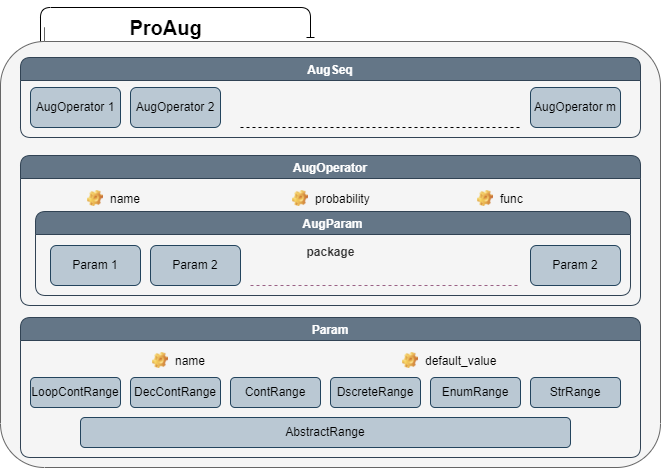
Earlier version of the draw.io export Untitled Diagram.drawio.png (priyam314/ProAug). Source tidied: cells renumbered, new cells last; positions are measured from the earlier drawing's top-left corner, leaving out a move shared by most shapes. Source of this version:
```xml
<mxGraphModel>
  <root>
    <mxCell id="0" />
    <mxCell id="1" parent="0" />
    <mxCell id="2" style="edgeStyle=orthogonalEdgeStyle;rounded=1;jettySize=auto;html=1;exitX=0;exitY=0;exitDx=40;exitDy=14;exitPerimeter=0;strokeColor=default;endArrow=baseDash;endFill=0;" parent="1" edge="1" source="3">
      <mxGeometry relative="1" as="geometry">
        <mxPoint x="310" y="30" as="targetPoint" />
        <Array as="points">
          <mxPoint x="40" />
          <mxPoint x="310" />
        </Array>
      </mxGeometry>
    </mxCell>
    <mxCell id="3" value="package" style="shape=folder;fontStyle=1;spacingTop=10;tabWidth=40;tabHeight=14;tabPosition=left;html=1;rounded=1;shadow=0;glass=0;fillColor=#f5f5f5;strokeColor=#666666;fontColor=#333333;" parent="1" vertex="1">
      <mxGeometry y="20" width="660" height="440" as="geometry" />
    </mxCell>
    <mxCell id="4" value="Param" style="swimlane;fillColor=#647687;strokeColor=#314354;swimlaneFillColor=none;glass=0;shadow=0;rounded=1;fontColor=#ffffff;" parent="1" vertex="1">
      <mxGeometry x="20" y="310" width="620" height="140" as="geometry" />
    </mxCell>
    <mxCell id="5" value="AbstractRange" style="rounded=1;whiteSpace=wrap;html=1;fillColor=#bac8d3;strokeColor=#23445d;" parent="4" vertex="1">
      <mxGeometry x="60" y="100" width="490" height="30" as="geometry" />
    </mxCell>
    <mxCell id="6" value="default_value" style="label;fontStyle=0;strokeColor=none;fillColor=none;align=left;verticalAlign=top;overflow=hidden;spacingLeft=28;spacingRight=4;imageWidth=16;imageHeight=16;image=img/clipart/Gear_128x128.png;rounded=1;shadow=0;glass=0;" parent="4" vertex="1">
      <mxGeometry x="375" y="30" width="120" height="26" as="geometry" />
    </mxCell>
    <mxCell id="7" value="name" style="label;fontStyle=0;strokeColor=none;fillColor=none;align=left;verticalAlign=top;overflow=hidden;spacingLeft=28;spacingRight=4;imageWidth=16;imageHeight=16;image=img/clipart/Gear_128x128.png;rounded=1;shadow=0;glass=0;" parent="4" vertex="1">
      <mxGeometry x="125" y="30" width="120" height="26" as="geometry" />
    </mxCell>
    <mxCell id="8" value="LoopContRange" style="rounded=1;whiteSpace=wrap;html=1;fillColor=#bac8d3;strokeColor=#23445d;" parent="4" vertex="1">
      <mxGeometry x="10" y="60" width="90" height="30" as="geometry" />
    </mxCell>
    <mxCell id="9" value="DecContRange" style="rounded=1;whiteSpace=wrap;html=1;fillColor=#bac8d3;strokeColor=#23445d;" parent="4" vertex="1">
      <mxGeometry x="110" y="60" width="90" height="30" as="geometry" />
    </mxCell>
    <mxCell id="10" value="ContRange" style="rounded=1;whiteSpace=wrap;html=1;fillColor=#bac8d3;strokeColor=#23445d;" parent="4" vertex="1">
      <mxGeometry x="210" y="60" width="90" height="30" as="geometry" />
    </mxCell>
    <mxCell id="11" value="DscreteRange" style="rounded=1;whiteSpace=wrap;html=1;fillColor=#bac8d3;strokeColor=#23445d;" parent="4" vertex="1">
      <mxGeometry x="310" y="60" width="90" height="30" as="geometry" />
    </mxCell>
    <mxCell id="12" value="EnumRange" style="rounded=1;whiteSpace=wrap;html=1;fillColor=#bac8d3;strokeColor=#23445d;" parent="4" vertex="1">
      <mxGeometry x="410" y="60" width="90" height="30" as="geometry" />
    </mxCell>
    <mxCell id="13" value="StrRange" style="rounded=1;whiteSpace=wrap;html=1;fillColor=#bac8d3;strokeColor=#23445d;" parent="4" vertex="1">
      <mxGeometry x="510" y="60" width="90" height="30" as="geometry" />
    </mxCell>
    <mxCell id="14" value="AugSeq" style="swimlane;fillColor=#647687;strokeColor=#314354;rounded=1;fontColor=#ffffff;" parent="1" vertex="1">
      <mxGeometry x="20" y="50" width="620" height="80" as="geometry" />
    </mxCell>
    <mxCell id="15" value="AugOperator m" style="rounded=1;whiteSpace=wrap;html=1;shadow=0;glass=0;fillColor=#bac8d3;strokeColor=#23445d;" parent="14" vertex="1">
      <mxGeometry x="510" y="30" width="90" height="40" as="geometry" />
    </mxCell>
    <mxCell id="16" value="AugOperator 1" style="rounded=1;whiteSpace=wrap;html=1;shadow=0;glass=0;fillColor=#bac8d3;strokeColor=#23445d;" parent="14" vertex="1">
      <mxGeometry x="10" y="30" width="90" height="40" as="geometry" />
    </mxCell>
    <mxCell id="17" value="AugOperator 2" style="rounded=1;whiteSpace=wrap;html=1;shadow=0;glass=0;fillColor=#bac8d3;strokeColor=#23445d;" parent="14" vertex="1">
      <mxGeometry x="110" y="30" width="90" height="40" as="geometry" />
    </mxCell>
    <mxCell id="18" style="endArrow=none;dashed=1;html=1;rounded=0;" parent="14" edge="1">
      <mxGeometry relative="1" as="geometry">
        <mxPoint x="220" y="70" as="sourcePoint" />
        <mxPoint x="500" y="70" as="targetPoint" />
      </mxGeometry>
    </mxCell>
    <mxCell id="19" value="AugOperator" style="swimlane;fillColor=#647687;strokeColor=#314354;rounded=1;fontColor=#ffffff;" parent="1" vertex="1">
      <mxGeometry x="20" y="148" width="620" height="150" as="geometry" />
    </mxCell>
    <mxCell id="20" style="group;" parent="19" vertex="1">
      <mxGeometry x="10" width="630" height="150" as="geometry" />
    </mxCell>
    <mxCell id="21" value="probability" style="label;fontStyle=0;strokeColor=none;fillColor=none;align=left;verticalAlign=top;overflow=hidden;spacingLeft=28;spacingRight=4;imageWidth=16;imageHeight=16;image=img/clipart/Gear_128x128.png;" parent="20" vertex="1">
      <mxGeometry x="255" y="30" width="120" height="26" as="geometry" />
    </mxCell>
    <mxCell id="22" value="Param 1" style="rounded=1;whiteSpace=wrap;html=1;shadow=0;glass=0;fillColor=#bac8d3;strokeColor=#23445d;" parent="20" vertex="1">
      <mxGeometry x="20" y="90" width="90" height="40" as="geometry" />
    </mxCell>
    <mxCell id="23" value="Param 2" style="rounded=1;whiteSpace=wrap;html=1;shadow=0;glass=0;fillColor=#bac8d3;strokeColor=#23445d;" parent="20" vertex="1">
      <mxGeometry x="120" y="90" width="90" height="40" as="geometry" />
    </mxCell>
    <mxCell id="24" style="endArrow=none;dashed=1;html=1;rounded=0;fillColor=#e6d0de;gradientColor=#d5739d;strokeColor=#996185;" parent="20" edge="1">
      <mxGeometry relative="1" as="geometry">
        <mxPoint x="220" y="130" as="sourcePoint" />
        <mxPoint x="490" y="130" as="targetPoint" />
      </mxGeometry>
    </mxCell>
    <mxCell id="25" value="AugParam" style="swimlane;rounded=1;shadow=0;glass=0;fillColor=#647687;strokeColor=#314354;fontColor=#ffffff;" parent="20" vertex="1">
      <mxGeometry x="5" y="56" width="595" height="84" as="geometry" />
    </mxCell>
    <mxCell id="26" value="Param 2" style="rounded=1;whiteSpace=wrap;html=1;shadow=0;glass=0;fillColor=#bac8d3;strokeColor=#23445d;" parent="25" vertex="1">
      <mxGeometry x="495" y="34" width="90" height="40" as="geometry" />
    </mxCell>
    <mxCell id="27" style="group;" parent="19" vertex="1">
      <mxGeometry x="60" y="30" width="510" height="26" as="geometry" />
    </mxCell>
    <mxCell id="28" value="name" style="label;fontStyle=0;strokeColor=none;fillColor=none;align=left;verticalAlign=top;overflow=hidden;spacingLeft=28;spacingRight=4;imageWidth=16;imageHeight=16;image=img/clipart/Gear_128x128.png;" parent="27" vertex="1">
      <mxGeometry width="120" height="26" as="geometry" />
    </mxCell>
    <mxCell id="29" value="func" style="label;fontStyle=0;strokeColor=none;fillColor=none;align=left;verticalAlign=top;overflow=hidden;spacingLeft=28;spacingRight=4;imageWidth=16;imageHeight=16;image=img/clipart/Gear_128x128.png;" parent="27" vertex="1">
      <mxGeometry x="390" width="120" height="26" as="geometry" />
    </mxCell>
    <mxCell id="30" value="&lt;b&gt;&lt;font style=&quot;font-size: 20px&quot;&gt;ProAug&lt;/font&gt;&lt;/b&gt;" style="text;html=1;align=center;verticalAlign=middle;strokeColor=none;fillColor=none;" parent="1" vertex="1">
      <mxGeometry x="120" y="10" width="90" height="20" as="geometry" />
    </mxCell>
  </root>
</mxGraphModel>
```
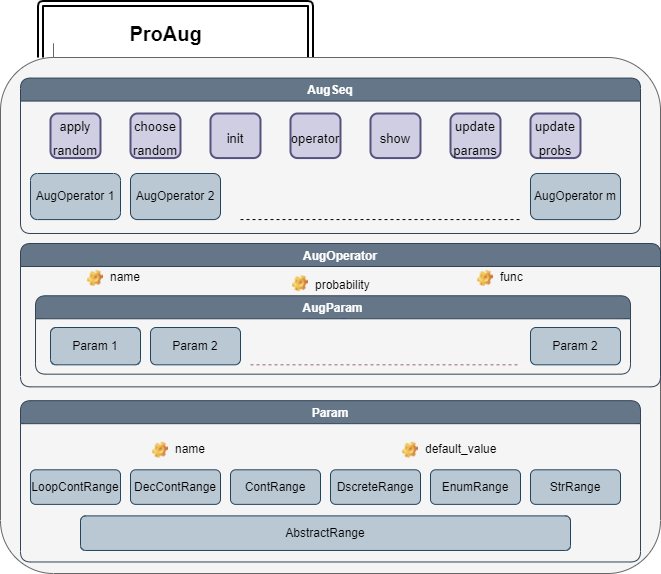
Later version of the same file.

Change to the diagram source:
```diff
@@ -2,104 +2,128 @@
   <root>
     <mxCell id="0" />
     <mxCell id="1" parent="0" />
-    <mxCell id="2" style="edgeStyle=orthogonalEdgeStyle;rounded=1;jettySize=auto;html=1;exitX=0;exitY=0;exitDx=40;exitDy=14;exitPerimeter=0;strokeColor=default;endArrow=baseDash;endFill=0;" parent="1" edge="1" source="3">
+    <mxCell id="2" style="edgeStyle=orthogonalEdgeStyle;rounded=1;jettySize=auto;html=1;exitX=0;exitY=0;exitDx=40;exitDy=14;exitPerimeter=0;strokeColor=default;endArrow=baseDash;endFill=0;shape=link;strokeWidth=2;" parent="1" edge="1" source="3">
       <mxGeometry relative="1" as="geometry">
-        <mxPoint x="310" y="30" as="targetPoint" />
+        <mxPoint x="310" y="114" as="targetPoint" />
         <Array as="points">
-          <mxPoint x="40" />
-          <mxPoint x="310" />
+          <mxPoint x="40" y="-10" />
+          <mxPoint x="310" y="-10" />
         </Array>
       </mxGeometry>
     </mxCell>
+    <mxCell id="30" value="&lt;b&gt;&lt;font style=&quot;font-size: 20px&quot;&gt;ProAug&lt;/font&gt;&lt;/b&gt;" style="text;html=1;align=center;verticalAlign=middle;strokeColor=none;fillColor=none;" parent="1" vertex="1">
+      <mxGeometry x="120" y="10" width="90" height="20" as="geometry" />
+    </mxCell>
+    <mxCell id="31" style="group;" parent="1" vertex="1">
+      <mxGeometry y="30" width="660" height="530" as="geometry" />
+    </mxCell>
-    <mxCell id="3" value="package" style="shape=folder;fontStyle=1;spacingTop=10;tabWidth=40;tabHeight=14;tabPosition=left;html=1;rounded=1;shadow=0;glass=0;fillColor=#f5f5f5;strokeColor=#666666;fontColor=#333333;" parent="1" vertex="1">
-      <mxGeometry y="20" width="660" height="440" as="geometry" />
+    <mxCell id="3" value="package" style="shape=folder;fontStyle=1;spacingTop=10;tabWidth=40;tabHeight=14;tabPosition=left;html=1;rounded=1;shadow=0;glass=0;fillColor=#f5f5f5;strokeColor=#666666;fontColor=#333333;" parent="31" vertex="1">
+      <mxGeometry width="660" height="530" as="geometry" />
     </mxCell>
-    <mxCell id="4" value="Param" style="swimlane;fillColor=#647687;strokeColor=#314354;swimlaneFillColor=none;glass=0;shadow=0;rounded=1;fontColor=#ffffff;" parent="1" vertex="1">
-      <mxGeometry x="20" y="310" width="620" height="140" as="geometry" />
+    <mxCell id="4" value="Param" style="swimlane;fillColor=#647687;strokeColor=#314354;swimlaneFillColor=none;glass=0;shadow=0;rounded=1;fontColor=#ffffff;" parent="31" vertex="1">
+      <mxGeometry x="20" y="357.2" width="620" height="161.3" as="geometry" />
     </mxCell>
     <mxCell id="5" value="AbstractRange" style="rounded=1;whiteSpace=wrap;html=1;fillColor=#bac8d3;strokeColor=#23445d;" parent="4" vertex="1">
-      <mxGeometry x="60" y="100" width="490" height="30" as="geometry" />
+      <mxGeometry x="60" y="115.2" width="490" height="34.6" as="geometry" />
     </mxCell>
     <mxCell id="6" value="default_value" style="label;fontStyle=0;strokeColor=none;fillColor=none;align=left;verticalAlign=top;overflow=hidden;spacingLeft=28;spacingRight=4;imageWidth=16;imageHeight=16;image=img/clipart/Gear_128x128.png;rounded=1;shadow=0;glass=0;" parent="4" vertex="1">
-      <mxGeometry x="375" y="30" width="120" height="26" as="geometry" />
+      <mxGeometry x="375" y="34.6" width="120" height="30" as="geometry" />
     </mxCell>
     <mxCell id="7" value="name" style="label;fontStyle=0;strokeColor=none;fillColor=none;align=left;verticalAlign=top;overflow=hidden;spacingLeft=28;spacingRight=4;imageWidth=16;imageHeight=16;image=img/clipart/Gear_128x128.png;rounded=1;shadow=0;glass=0;" parent="4" vertex="1">
-      <mxGeometry x="125" y="30" width="120" height="26" as="geometry" />
+      <mxGeometry x="125" y="34.6" width="120" height="30" as="geometry" />
     </mxCell>
     <mxCell id="8" value="LoopContRange" style="rounded=1;whiteSpace=wrap;html=1;fillColor=#bac8d3;strokeColor=#23445d;" parent="4" vertex="1">
-      <mxGeometry x="10" y="60" width="90" height="30" as="geometry" />
+      <mxGeometry x="10" y="69.1" width="90" height="34.6" as="geometry" />
     </mxCell>
     <mxCell id="9" value="DecContRange" style="rounded=1;whiteSpace=wrap;html=1;fillColor=#bac8d3;strokeColor=#23445d;" parent="4" vertex="1">
-      <mxGeometry x="110" y="60" width="90" height="30" as="geometry" />
+      <mxGeometry x="110" y="69.1" width="90" height="34.6" as="geometry" />
     </mxCell>
     <mxCell id="10" value="ContRange" style="rounded=1;whiteSpace=wrap;html=1;fillColor=#bac8d3;strokeColor=#23445d;" parent="4" vertex="1">
-      <mxGeometry x="210" y="60" width="90" height="30" as="geometry" />
+      <mxGeometry x="210" y="69.1" width="90" height="34.6" as="geometry" />
     </mxCell>
     <mxCell id="11" value="DscreteRange" style="rounded=1;whiteSpace=wrap;html=1;fillColor=#bac8d3;strokeColor=#23445d;" parent="4" vertex="1">
-      <mxGeometry x="310" y="60" width="90" height="30" as="geometry" />
+      <mxGeometry x="310" y="69.1" width="90" height="34.6" as="geometry" />
     </mxCell>
     <mxCell id="12" value="EnumRange" style="rounded=1;whiteSpace=wrap;html=1;fillColor=#bac8d3;strokeColor=#23445d;" parent="4" vertex="1">
-      <mxGeometry x="410" y="60" width="90" height="30" as="geometry" />
+      <mxGeometry x="410" y="69.1" width="90" height="34.6" as="geometry" />
     </mxCell>
     <mxCell id="13" value="StrRange" style="rounded=1;whiteSpace=wrap;html=1;fillColor=#bac8d3;strokeColor=#23445d;" parent="4" vertex="1">
-      <mxGeometry x="510" y="60" width="90" height="30" as="geometry" />
+      <mxGeometry x="510" y="69.1" width="90" height="34.6" as="geometry" />
     </mxCell>
-    <mxCell id="14" value="AugSeq" style="swimlane;fillColor=#647687;strokeColor=#314354;rounded=1;fontColor=#ffffff;" parent="1" vertex="1">
-      <mxGeometry x="20" y="50" width="620" height="80" as="geometry" />
+    <mxCell id="14" value="AugSeq" style="swimlane;fillColor=#647687;strokeColor=#314354;rounded=1;fontColor=#ffffff;" parent="31" vertex="1">
+      <mxGeometry x="20" y="34.6" width="620" height="155.4" as="geometry" />
     </mxCell>
     <mxCell id="15" value="AugOperator m" style="rounded=1;whiteSpace=wrap;html=1;shadow=0;glass=0;fillColor=#bac8d3;strokeColor=#23445d;" parent="14" vertex="1">
-      <mxGeometry x="510" y="30" width="90" height="40" as="geometry" />
+      <mxGeometry x="510" y="95.4" width="90" height="46.1" as="geometry" />
     </mxCell>
-    <mxCell id="16" value="AugOperator 1" style="rounded=1;whiteSpace=wrap;html=1;shadow=0;glass=0;fillColor=#bac8d3;strokeColor=#23445d;" parent="14" vertex="1">
-      <mxGeometry x="10" y="30" width="90" height="40" as="geometry" />
-    </mxCell>
-    <mxCell id="17" value="AugOperator 2" style="rounded=1;whiteSpace=wrap;html=1;shadow=0;glass=0;fillColor=#bac8d3;strokeColor=#23445d;" parent="14" vertex="1">
-      <mxGeometry x="110" y="30" width="90" height="40" as="geometry" />
-    </mxCell>
-    <mxCell id="18" style="endArrow=none;dashed=1;html=1;rounded=0;" parent="14" edge="1">
-      <mxGeometry relative="1" as="geometry">
-        <mxPoint x="220" y="70" as="sourcePoint" />
-        <mxPoint x="500" y="70" as="targetPoint" />
-      </mxGeometry>
-    </mxCell>
+    <mxCell id="32" value="&lt;font style=&quot;font-size: 13px&quot;&gt;apply&lt;br&gt;random&lt;/font&gt;" style="rounded=1;whiteSpace=wrap;html=1;absoluteArcSize=1;arcSize=14;strokeWidth=2;shadow=0;glass=0;fontSize=20;fillColor=#d0cee2;strokeColor=#56517e;" parent="14" vertex="1">
+      <mxGeometry x="30" y="35.4" width="50" height="44.6" as="geometry" />
+    </mxCell>
+    <mxCell id="33" value="&lt;span style=&quot;font-size: 13px&quot;&gt;operator&lt;br&gt;&lt;/span&gt;" style="rounded=1;whiteSpace=wrap;html=1;absoluteArcSize=1;arcSize=14;strokeWidth=2;shadow=0;glass=0;fontSize=20;fillColor=#d0cee2;strokeColor=#56517e;" parent="14" vertex="1">
+      <mxGeometry x="270" y="35.4" width="50" height="44.6" as="geometry" />
+    </mxCell>
+    <mxCell id="34" value="&lt;span style=&quot;font-size: 13px&quot;&gt;show&lt;br&gt;&lt;/span&gt;" style="rounded=1;whiteSpace=wrap;html=1;absoluteArcSize=1;arcSize=14;strokeWidth=2;shadow=0;glass=0;fontSize=20;fillColor=#d0cee2;strokeColor=#56517e;" parent="14" vertex="1">
+      <mxGeometry x="350" y="35.4" width="50" height="44.6" as="geometry" />
+    </mxCell>
+    <mxCell id="35" value="&lt;span style=&quot;font-size: 13px&quot;&gt;update&lt;br&gt;params&lt;br&gt;&lt;/span&gt;" style="rounded=1;whiteSpace=wrap;html=1;absoluteArcSize=1;arcSize=14;strokeWidth=2;shadow=0;glass=0;fontSize=20;fillColor=#d0cee2;strokeColor=#56517e;" parent="14" vertex="1">
+      <mxGeometry x="430" y="35.4" width="50" height="44.6" as="geometry" />
+    </mxCell>
+    <mxCell id="36" value="&lt;span style=&quot;font-size: 13px&quot;&gt;update&lt;br&gt;probs&lt;br&gt;&lt;/span&gt;" style="rounded=1;whiteSpace=wrap;html=1;absoluteArcSize=1;arcSize=14;strokeWidth=2;shadow=0;glass=0;fontSize=20;fillColor=#d0cee2;strokeColor=#56517e;" parent="14" vertex="1">
+      <mxGeometry x="510" y="35.4" width="50" height="44.6" as="geometry" />
+    </mxCell>
-    <mxCell id="19" value="AugOperator" style="swimlane;fillColor=#647687;strokeColor=#314354;rounded=1;fontColor=#ffffff;" parent="1" vertex="1">
-      <mxGeometry x="20" y="148" width="620" height="150" as="geometry" />
+    <mxCell id="19" value="AugOperator" style="swimlane;fillColor=#647687;strokeColor=#314354;rounded=1;fontColor=#ffffff;" parent="31" vertex="1">
+      <mxGeometry x="20" y="200" width="640" height="143.3" as="geometry" />
     </mxCell>
     <mxCell id="20" style="group;" parent="19" vertex="1">
-      <mxGeometry x="10" width="630" height="150" as="geometry" />
+      <mxGeometry x="10" width="630" height="140" as="geometry" />
     </mxCell>
     <mxCell id="21" value="probability" style="label;fontStyle=0;strokeColor=none;fillColor=none;align=left;verticalAlign=top;overflow=hidden;spacingLeft=28;spacingRight=4;imageWidth=16;imageHeight=16;image=img/clipart/Gear_128x128.png;" parent="20" vertex="1">
-      <mxGeometry x="255" y="30" width="120" height="26" as="geometry" />
+      <mxGeometry x="255" y="28" width="120" height="24.3" as="geometry" />
     </mxCell>
     <mxCell id="22" value="Param 1" style="rounded=1;whiteSpace=wrap;html=1;shadow=0;glass=0;fillColor=#bac8d3;strokeColor=#23445d;" parent="20" vertex="1">
-      <mxGeometry x="20" y="90" width="90" height="40" as="geometry" />
+      <mxGeometry x="20" y="84" width="90" height="37.3" as="geometry" />
     </mxCell>
     <mxCell id="23" value="Param 2" style="rounded=1;whiteSpace=wrap;html=1;shadow=0;glass=0;fillColor=#bac8d3;strokeColor=#23445d;" parent="20" vertex="1">
-      <mxGeometry x="120" y="90" width="90" height="40" as="geometry" />
+      <mxGeometry x="120" y="84" width="90" height="37.3" as="geometry" />
     </mxCell>
     <mxCell id="24" style="endArrow=none;dashed=1;html=1;rounded=0;fillColor=#e6d0de;gradientColor=#d5739d;strokeColor=#996185;" parent="20" edge="1">
       <mxGeometry relative="1" as="geometry">
-        <mxPoint x="220" y="130" as="sourcePoint" />
-        <mxPoint x="490" y="130" as="targetPoint" />
+        <mxPoint x="220" y="121.3" as="sourcePoint" />
+        <mxPoint x="490" y="121.3" as="targetPoint" />
       </mxGeometry>
     </mxCell>
     <mxCell id="25" value="AugParam" style="swimlane;rounded=1;shadow=0;glass=0;fillColor=#647687;strokeColor=#314354;fontColor=#ffffff;" parent="20" vertex="1">
-      <mxGeometry x="5" y="56" width="595" height="84" as="geometry" />
+      <mxGeometry x="5" y="52.3" width="595" height="78.4" as="geometry" />
     </mxCell>
     <mxCell id="26" value="Param 2" style="rounded=1;whiteSpace=wrap;html=1;shadow=0;glass=0;fillColor=#bac8d3;strokeColor=#23445d;" parent="25" vertex="1">
-      <mxGeometry x="495" y="34" width="90" height="40" as="geometry" />
+      <mxGeometry x="495" y="31.7" width="90" height="37.3" as="geometry" />
     </mxCell>
-    <mxCell id="27" style="group;" parent="19" vertex="1">
-      <mxGeometry x="60" y="30" width="510" height="26" as="geometry" />
+    <mxCell id="27" style="group;" parent="31" vertex="1">
+      <mxGeometry x="80" y="220" width="510" height="30" as="geometry" />
     </mxCell>
     <mxCell id="28" value="name" style="label;fontStyle=0;strokeColor=none;fillColor=none;align=left;verticalAlign=top;overflow=hidden;spacingLeft=28;spacingRight=4;imageWidth=16;imageHeight=16;image=img/clipart/Gear_128x128.png;" parent="27" vertex="1">
-      <mxGeometry width="120" height="26" as="geometry" />
+      <mxGeometry width="120" height="30" as="geometry" />
     </mxCell>
     <mxCell id="29" value="func" style="label;fontStyle=0;strokeColor=none;fillColor=none;align=left;verticalAlign=top;overflow=hidden;spacingLeft=28;spacingRight=4;imageWidth=16;imageHeight=16;image=img/clipart/Gear_128x128.png;" parent="27" vertex="1">
-      <mxGeometry x="390" width="120" height="26" as="geometry" />
+      <mxGeometry x="390" width="120" height="30" as="geometry" />
     </mxCell>
-    <mxCell id="30" value="&lt;b&gt;&lt;font style=&quot;font-size: 20px&quot;&gt;ProAug&lt;/font&gt;&lt;/b&gt;" style="text;html=1;align=center;verticalAlign=middle;strokeColor=none;fillColor=none;" parent="1" vertex="1">
-      <mxGeometry x="120" y="10" width="90" height="20" as="geometry" />
-    </mxCell>
+    <mxCell id="16" value="AugOperator 1" style="rounded=1;whiteSpace=wrap;html=1;shadow=0;glass=0;fillColor=#bac8d3;strokeColor=#23445d;" parent="31" vertex="1">
+      <mxGeometry x="30" y="130" width="90" height="46.1" as="geometry" />
+    </mxCell>
+    <mxCell id="17" value="AugOperator 2" style="rounded=1;whiteSpace=wrap;html=1;shadow=0;glass=0;fillColor=#bac8d3;strokeColor=#23445d;" parent="31" vertex="1">
+      <mxGeometry x="130" y="130" width="90" height="46.1" as="geometry" />
+    </mxCell>
+    <mxCell id="18" style="endArrow=none;dashed=1;html=1;rounded=0;" parent="31" edge="1">
+      <mxGeometry relative="1" as="geometry">
+        <mxPoint x="240" y="176.1" as="sourcePoint" />
+        <mxPoint x="520" y="176.1" as="targetPoint" />
+      </mxGeometry>
+    </mxCell>
+    <mxCell id="37" value="&lt;span style=&quot;font-size: 13px&quot;&gt;choose&lt;br&gt;random&lt;br&gt;&lt;/span&gt;" style="rounded=1;whiteSpace=wrap;html=1;absoluteArcSize=1;arcSize=14;strokeWidth=2;shadow=0;glass=0;fontSize=20;fillColor=#d0cee2;strokeColor=#56517e;" parent="31" vertex="1">
+      <mxGeometry x="130" y="70" width="50" height="44.6" as="geometry" />
+    </mxCell>
+    <mxCell id="38" value="&lt;span style=&quot;font-size: 13px&quot;&gt;init&lt;br&gt;&lt;/span&gt;" style="rounded=1;whiteSpace=wrap;html=1;absoluteArcSize=1;arcSize=14;strokeWidth=2;shadow=0;glass=0;fontSize=20;fillColor=#d0cee2;strokeColor=#56517e;" parent="31" vertex="1">
+      <mxGeometry x="210" y="70" width="50" height="44.6" as="geometry" />
+    </mxCell>
   </root>
 </mxGraphModel>
```
